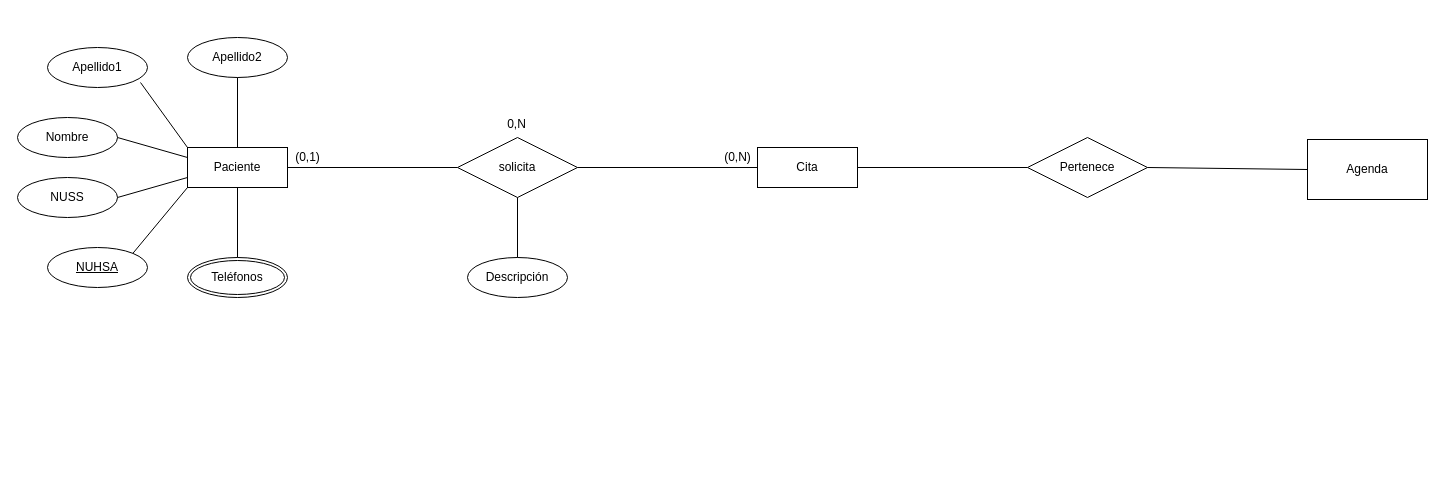
Above: Diagrama sin título.drawio in mariopr25/CitasAP-ER (draw.io), before the change. Source tidied: cells renumbered, new cells numbered last; positions are measured from the earlier drawing's top-left corner, leaving out a move shared by most shapes. Both pictures are drawn from the tidied source at 100%, with x=0, y=0 at pixel (17, 37).
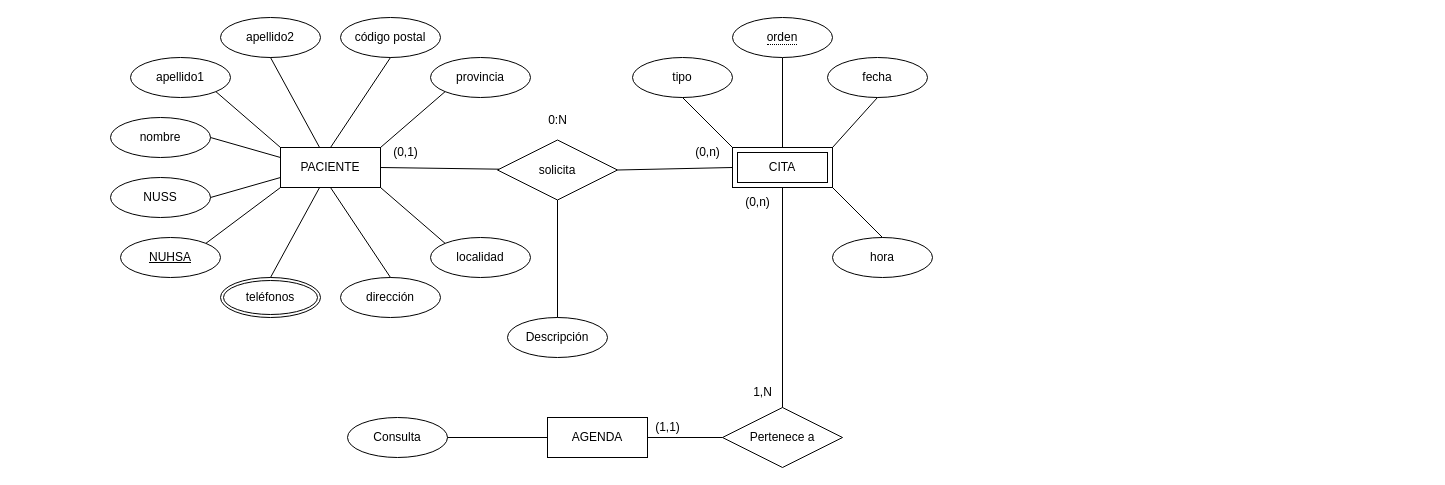
The same diagram, later.

Change to the diagram source:
```diff
@@
-    <mxCell id="2" value="Paciente" style="whiteSpace=wrap;html=1;align=center;" parent="1" vertex="1">
-      <mxGeometry x="170" y="110" width="100" height="40" as="geometry" />
+    <mxCell id="2" value="PACIENTE" style="whiteSpace=wrap;html=1;align=center;" parent="1" vertex="1">
+      <mxGeometry x="263" y="110" width="100" height="40" as="geometry" />
     </mxCell>
-    <mxCell id="3" value="Cita" style="whiteSpace=wrap;html=1;align=center;" parent="1" vertex="1">
-      <mxGeometry x="740" y="110" width="100" height="40" as="geometry" />
-    </mxCell>
     <mxCell id="4" value="&lt;div&gt;solicita&lt;/div&gt;" style="shape=rhombus;perimeter=rhombusPerimeter;whiteSpace=wrap;html=1;align=center;" parent="1" vertex="1">
-      <mxGeometry x="440" y="100" width="120" height="60" as="geometry" />
+      <mxGeometry x="480" y="102.5" width="120" height="60" as="geometry" />
     </mxCell>
@@
-    <mxCell id="6" style="endArrow=none;html=1;rounded=0;exitX=1;exitY=0.5;exitDx=0;exitDy=0;entryX=0;entryY=0.5;entryDx=0;entryDy=0;" parent="1" edge="1" source="4" target="3">
+    <mxCell id="6" style="endArrow=none;html=1;rounded=0;exitX=1;exitY=0.5;exitDx=0;exitDy=0;entryX=0;entryY=0.5;entryDx=0;entryDy=0;" parent="1" edge="1" source="4" target="38">
       <mxGeometry relative="1" as="geometry" />
     </mxCell>
     <mxCell id="7" value="&lt;div&gt;Descripción&lt;/div&gt;" style="ellipse;whiteSpace=wrap;html=1;align=center;" parent="1" vertex="1">
-      <mxGeometry x="450" y="220" width="100" height="40" as="geometry" />
+      <mxGeometry x="490" y="280" width="100" height="40" as="geometry" />
     </mxCell>
@@
     <mxCell id="9" value="(0,1)" style="text;html=1;align=center;verticalAlign=middle;strokeColor=none;fillColor=none;" parent="1" vertex="1">
-      <mxGeometry x="265" y="105" width="50" height="30" as="geometry" />
+      <mxGeometry x="363" y="100" width="50" height="30" as="geometry" />
     </mxCell>
-    <mxCell id="10" value="(0,N)" style="text;html=1;align=center;verticalAlign=middle;strokeColor=none;fillColor=none;" parent="1" vertex="1">
-      <mxGeometry x="695" y="105" width="50" height="30" as="geometry" />
+    <mxCell id="10" value="(0,n)" style="text;html=1;align=center;verticalAlign=middle;strokeColor=none;fillColor=none;" parent="1" vertex="1">
+      <mxGeometry x="665" y="100" width="50" height="30" as="geometry" />
     </mxCell>
-    <mxCell id="11" value="0,N" style="text;html=1;align=center;verticalAlign=middle;strokeColor=none;fillColor=none;" parent="1" vertex="1">
-      <mxGeometry x="479" y="72" width="40" height="30" as="geometry" />
+    <mxCell id="11" value="0:N" style="text;html=1;align=center;verticalAlign=middle;strokeColor=none;fillColor=none;" parent="1" vertex="1">
+      <mxGeometry x="520" y="67.5" width="40" height="30" as="geometry" />
     </mxCell>
-    <mxCell id="12" value="Pertenece" style="shape=rhombus;perimeter=rhombusPerimeter;whiteSpace=wrap;html=1;align=center;" parent="1" vertex="1">
-      <mxGeometry x="1010" y="100" width="120" height="60" as="geometry" />
+    <mxCell id="12" value="Pertenece a" style="shape=rhombus;perimeter=rhombusPerimeter;whiteSpace=wrap;html=1;align=center;direction=west;" parent="1" vertex="1">
+      <mxGeometry x="705" y="370" width="120" height="60" as="geometry" />
     </mxCell>
-    <mxCell id="13" style="endArrow=none;html=1;rounded=0;exitX=1;exitY=0.5;exitDx=0;exitDy=0;entryX=0;entryY=0.5;entryDx=0;entryDy=0;" parent="1" edge="1" source="3" target="12">
+    <mxCell id="13" style="endArrow=none;html=1;rounded=0;entryX=0.5;entryY=1;entryDx=0;entryDy=0;exitX=0.5;exitY=1;exitDx=0;exitDy=0;" parent="1" edge="1" source="38" target="12">
       <mxGeometry relative="1" as="geometry" />
     </mxCell>
-    <mxCell id="14" value="&lt;div&gt;Agenda&lt;/div&gt;" style="whiteSpace=wrap;html=1;" parent="1" vertex="1">
-      <mxGeometry x="1290" y="102" width="120" height="60" as="geometry" />
-    </mxCell>
-    <mxCell id="15" style="endArrow=none;html=1;rounded=0;exitX=1;exitY=0.5;exitDx=0;exitDy=0;entryX=0;entryY=0.5;entryDx=0;entryDy=0;" parent="1" edge="1" source="12" target="14">
+    <mxCell id="15" style="endArrow=none;html=1;rounded=0;exitX=1;exitY=0.5;exitDx=0;exitDy=0;entryX=0;entryY=0.5;entryDx=0;entryDy=0;" parent="1" edge="1" source="12" target="39">
       <mxGeometry relative="1" as="geometry" />
     </mxCell>
     <mxCell id="16" value="&lt;div&gt;NUHSA&lt;/div&gt;" style="ellipse;whiteSpace=wrap;html=1;align=center;fontStyle=4;" parent="1" vertex="1">
-      <mxGeometry x="30" y="210" width="100" height="40" as="geometry" />
+      <mxGeometry x="103" y="200" width="100" height="40" as="geometry" />
     </mxCell>
     <mxCell id="17" value="&lt;div&gt;NUSS&lt;/div&gt;" style="ellipse;whiteSpace=wrap;html=1;align=center;" parent="1" vertex="1">
-      <mxGeometry y="140" width="100" height="40" as="geometry" />
+      <mxGeometry x="93" y="140" width="100" height="40" as="geometry" />
     </mxCell>
@@
     <mxCell id="19" style="endArrow=none;html=1;rounded=0;exitX=1;exitY=0.5;exitDx=0;exitDy=0;" parent="1" edge="1" source="17">
       <mxGeometry relative="1" as="geometry">
-        <mxPoint x="170" y="140" as="targetPoint" />
+        <mxPoint x="263" y="140" as="targetPoint" />
       </mxGeometry>
     </mxCell>
-    <mxCell id="20" value="Nombre" style="ellipse;whiteSpace=wrap;html=1;align=center;" parent="1" vertex="1">
-      <mxGeometry y="80" width="100" height="40" as="geometry" />
+    <mxCell id="20" value="nombre" style="ellipse;whiteSpace=wrap;html=1;align=center;" parent="1" vertex="1">
+      <mxGeometry x="93" y="80" width="100" height="40" as="geometry" />
     </mxCell>
-    <mxCell id="21" value="Apellido1" style="ellipse;whiteSpace=wrap;html=1;align=center;" parent="1" vertex="1">
-      <mxGeometry x="30" y="10" width="100" height="40" as="geometry" />
+    <mxCell id="21" value="apellido1" style="ellipse;whiteSpace=wrap;html=1;align=center;" parent="1" vertex="1">
+      <mxGeometry x="113" y="20" width="100" height="40" as="geometry" />
     </mxCell>
-    <mxCell id="22" value="&lt;div&gt;Apellido2&lt;/div&gt;" style="ellipse;whiteSpace=wrap;html=1;align=center;" parent="1" vertex="1">
-      <mxGeometry x="170" width="100" height="40" as="geometry" />
+    <mxCell id="22" value="&lt;div&gt;apellido2&lt;/div&gt;" style="ellipse;whiteSpace=wrap;html=1;align=center;" parent="1" vertex="1">
+      <mxGeometry x="203" y="-20" width="100" height="40" as="geometry" />
     </mxCell>
     <mxCell id="23" style="endArrow=none;html=1;rounded=0;exitX=1;exitY=0.5;exitDx=0;exitDy=0;" parent="1" edge="1" source="20">
       <mxGeometry relative="1" as="geometry">
-        <mxPoint x="170" y="120" as="targetPoint" />
+        <mxPoint x="263" y="120" as="targetPoint" />
       </mxGeometry>
     </mxCell>
-    <mxCell id="24" style="endArrow=none;html=1;rounded=0;exitX=0.93;exitY=0.875;exitDx=0;exitDy=0;exitPerimeter=0;entryX=0;entryY=0;entryDx=0;entryDy=0;" parent="1" edge="1" source="21" target="2">
+    <mxCell id="24" style="endArrow=none;html=1;rounded=0;entryX=0;entryY=0;entryDx=0;entryDy=0;exitX=1;exitY=1;exitDx=0;exitDy=0;" parent="1" edge="1" source="21" target="2">
       <mxGeometry relative="1" as="geometry" />
     </mxCell>
@@
-    <mxCell id="26" value="Teléfonos" style="ellipse;shape=doubleEllipse;margin=3;whiteSpace=wrap;html=1;align=center;" parent="1" vertex="1">
-      <mxGeometry x="170" y="220" width="100" height="40" as="geometry" />
+    <mxCell id="26" value="teléfonos" style="ellipse;shape=doubleEllipse;margin=3;whiteSpace=wrap;html=1;align=center;" parent="1" vertex="1">
+      <mxGeometry x="203" y="240" width="100" height="40" as="geometry" />
     </mxCell>
@@
+    <mxCell id="28" value="dirección" style="ellipse;whiteSpace=wrap;html=1;align=center;" parent="1" vertex="1">
+      <mxGeometry x="323" y="240" width="100" height="40" as="geometry" />
+    </mxCell>
+    <mxCell id="29" value="código postal" style="ellipse;whiteSpace=wrap;html=1;align=center;" parent="1" vertex="1">
+      <mxGeometry x="323" y="-20" width="100" height="40" as="geometry" />
+    </mxCell>
+    <mxCell id="30" value="&lt;div&gt;localidad&lt;/div&gt;" style="ellipse;whiteSpace=wrap;html=1;align=center;" parent="1" vertex="1">
+      <mxGeometry x="413" y="200" width="100" height="40" as="geometry" />
+    </mxCell>
+    <mxCell id="31" value="provincia" style="ellipse;whiteSpace=wrap;html=1;align=center;" parent="1" vertex="1">
+      <mxGeometry x="413" y="20" width="100" height="40" as="geometry" />
+    </mxCell>
+    <mxCell id="32" style="endArrow=none;html=1;rounded=0;exitX=0.5;exitY=0;exitDx=0;exitDy=0;entryX=0.5;entryY=1;entryDx=0;entryDy=0;" parent="1" edge="1" source="2" target="29">
+      <mxGeometry relative="1" as="geometry" />
+    </mxCell>
+    <mxCell id="33" style="endArrow=none;html=1;rounded=0;entryX=0;entryY=1;entryDx=0;entryDy=0;" parent="1" edge="1" target="31">
+      <mxGeometry relative="1" as="geometry">
+        <mxPoint x="363" y="110" as="sourcePoint" />
+      </mxGeometry>
+    </mxCell>
+    <mxCell id="34" style="endArrow=none;html=1;rounded=0;exitX=0.5;exitY=1;exitDx=0;exitDy=0;entryX=0.5;entryY=0;entryDx=0;entryDy=0;" parent="1" edge="1" source="2" target="28">
+      <mxGeometry relative="1" as="geometry" />
+    </mxCell>
+    <mxCell id="35" style="endArrow=none;html=1;rounded=0;exitX=1;exitY=1;exitDx=0;exitDy=0;entryX=0;entryY=0;entryDx=0;entryDy=0;" parent="1" edge="1" source="2" target="30">
+      <mxGeometry relative="1" as="geometry" />
+    </mxCell>
+    <mxCell id="36" value="tipo" style="ellipse;whiteSpace=wrap;html=1;align=center;direction=west;" parent="1" vertex="1">
+      <mxGeometry x="615" y="20" width="100" height="40" as="geometry" />
+    </mxCell>
+    <mxCell id="37" value="hora" style="ellipse;whiteSpace=wrap;html=1;align=center;" parent="1" vertex="1">
+      <mxGeometry x="815" y="200" width="100" height="40" as="geometry" />
+    </mxCell>
+    <mxCell id="38" value="CITA" style="shape=ext;margin=3;double=1;whiteSpace=wrap;html=1;align=center;" parent="1" vertex="1">
+      <mxGeometry x="715" y="110" width="100" height="40" as="geometry" />
+    </mxCell>
+    <mxCell id="39" value="&lt;div&gt;AGENDA&lt;/div&gt;" style="whiteSpace=wrap;html=1;align=center;" parent="1" vertex="1">
+      <mxGeometry x="530" y="380" width="100" height="40" as="geometry" />
+    </mxCell>
+    <mxCell id="40" value="(0,n)" style="text;html=1;align=center;verticalAlign=middle;strokeColor=none;fillColor=none;" parent="1" vertex="1">
+      <mxGeometry x="715" y="150" width="50" height="30" as="geometry" />
+    </mxCell>
+    <mxCell id="41" value="fecha" style="ellipse;whiteSpace=wrap;html=1;align=center;" parent="1" vertex="1">
+      <mxGeometry x="810" y="20" width="100" height="40" as="geometry" />
+    </mxCell>
+    <mxCell id="42" style="endArrow=none;html=1;rounded=0;exitX=0;exitY=0;exitDx=0;exitDy=0;entryX=0.5;entryY=0;entryDx=0;entryDy=0;" parent="1" edge="1" source="38" target="36">
+      <mxGeometry relative="1" as="geometry" />
+    </mxCell>
+    <mxCell id="43" style="endArrow=none;html=1;rounded=0;exitX=1;exitY=1;exitDx=0;exitDy=0;entryX=0.5;entryY=0;entryDx=0;entryDy=0;" parent="1" edge="1" source="38" target="37">
+      <mxGeometry relative="1" as="geometry" />
+    </mxCell>
+    <mxCell id="44" style="endArrow=none;html=1;rounded=0;exitX=0.5;exitY=1;exitDx=0;exitDy=0;entryX=1;entryY=0;entryDx=0;entryDy=0;" parent="1" edge="1" source="41" target="38">
+      <mxGeometry relative="1" as="geometry" />
+    </mxCell>
+    <mxCell id="45" value="1,N" style="text;html=1;align=center;verticalAlign=middle;strokeColor=none;fillColor=none;" parent="1" vertex="1">
+      <mxGeometry x="725" y="340" width="40" height="30" as="geometry" />
+    </mxCell>
+    <mxCell id="46" style="endArrow=none;html=1;rounded=0;exitX=0.5;exitY=1;exitDx=0;exitDy=0;entryX=0.5;entryY=0;entryDx=0;entryDy=0;" parent="1" edge="1" source="47" target="38">
+      <mxGeometry relative="1" as="geometry" />
+    </mxCell>
+    <mxCell id="47" value="&lt;span style=&quot;border-bottom: 1px dotted&quot;&gt;orden&lt;/span&gt;" style="ellipse;whiteSpace=wrap;html=1;align=center;" parent="1" vertex="1">
+      <mxGeometry x="715" y="-20" width="100" height="40" as="geometry" />
+    </mxCell>
+    <mxCell id="48" value="Consulta" style="ellipse;whiteSpace=wrap;html=1;align=center;direction=east;" parent="1" vertex="1">
+      <mxGeometry x="330" y="380" width="100" height="40" as="geometry" />
+    </mxCell>
+    <mxCell id="49" style="endArrow=none;html=1;rounded=0;exitX=1;exitY=0.5;exitDx=0;exitDy=0;" parent="1" edge="1" source="48" target="39">
+      <mxGeometry relative="1" as="geometry" />
+    </mxCell>
+    <mxCell id="50" value="(1,1)" style="text;html=1;align=center;verticalAlign=middle;strokeColor=none;fillColor=none;" parent="1" vertex="1">
+      <mxGeometry x="625" y="375" width="50" height="30" as="geometry" />
+    </mxCell>
```
